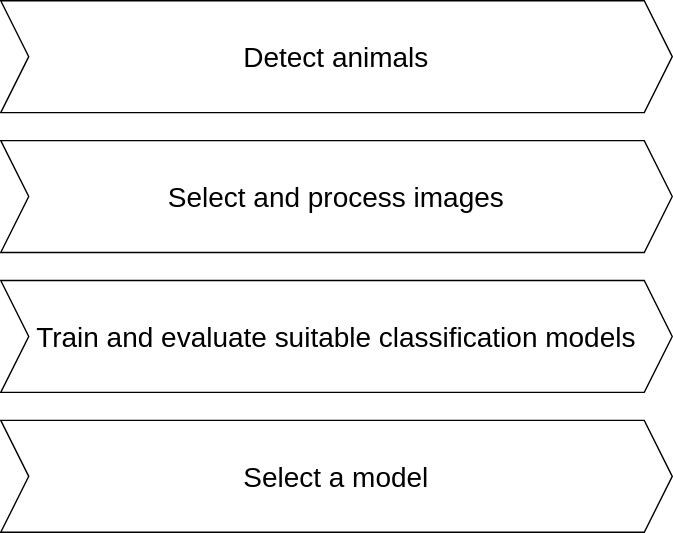
The draw.io diagram presentation/images/objectives.svg in juliankraft/BachelorThesis, before a commit. Source tidied: cells renumbered, new cells last; positions are measured from the earlier drawing's top-left corner, leaving out a move shared by most shapes.
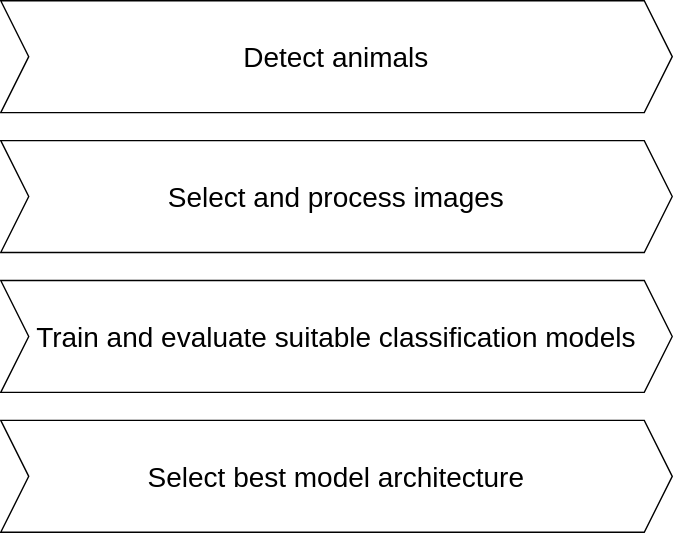
Later version of the same file.

Diff of the diagram source:
```diff
@@ -8,7 +8,7 @@
     <mxCell id="3" value="&lt;span style=&quot;font-size: 20px;&quot;&gt;Train and evaluate suitable classification models&lt;/span&gt;" style="shape=step;perimeter=stepPerimeter;whiteSpace=wrap;html=1;fixedSize=1;" parent="1" vertex="1">
       <mxGeometry y="200" width="480" height="80" as="geometry" />
     </mxCell>
-    <mxCell id="4" value="&lt;span style=&quot;font-size: 20px;&quot;&gt;Select a model&lt;/span&gt;" style="shape=step;perimeter=stepPerimeter;whiteSpace=wrap;html=1;fixedSize=1;" parent="1" vertex="1">
+    <mxCell id="4" value="&lt;span style=&quot;font-size: 20px;&quot;&gt;Select best model architecture&lt;/span&gt;" style="shape=step;perimeter=stepPerimeter;whiteSpace=wrap;html=1;fixedSize=1;" parent="1" vertex="1">
       <mxGeometry y="300" width="480" height="80" as="geometry" />
     </mxCell>
     <mxCell id="5" value="&lt;span style=&quot;font-size: 20px;&quot;&gt;Select and process images&lt;/span&gt;" style="shape=step;perimeter=stepPerimeter;whiteSpace=wrap;html=1;fixedSize=1;" parent="1" vertex="1">
```
